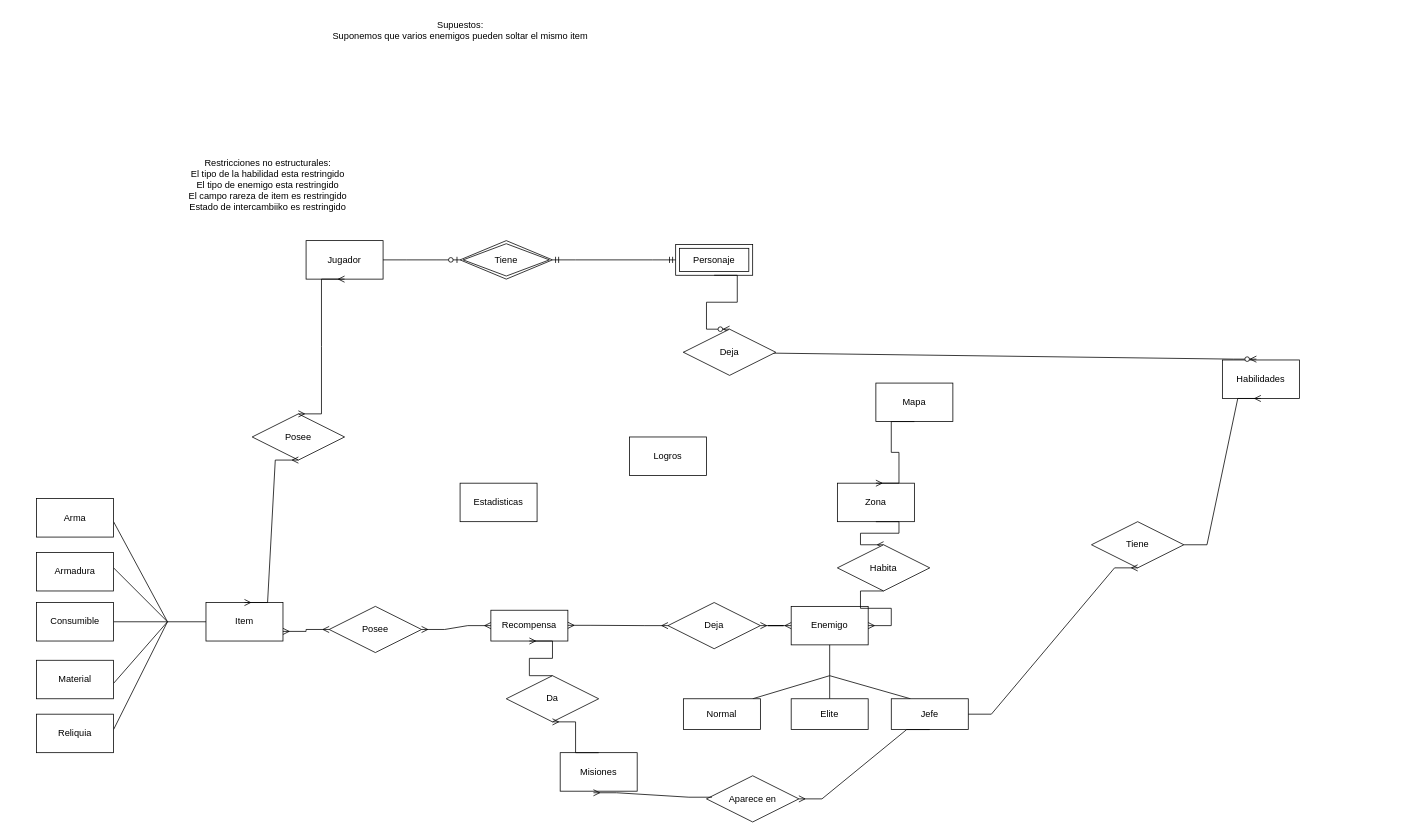
The draw.io diagram Parte1.drawio in MartinAlonsoo/Obligatorio1BD2, before the edit. Source tidied: cells renumbered, new cells numbered last; positions are measured from the earlier drawing's top-left corner, leaving out a move shared by most shapes. Both pictures are drawn from the tidied source at 77%, with x=0, y=0 at pixel (36, 13).
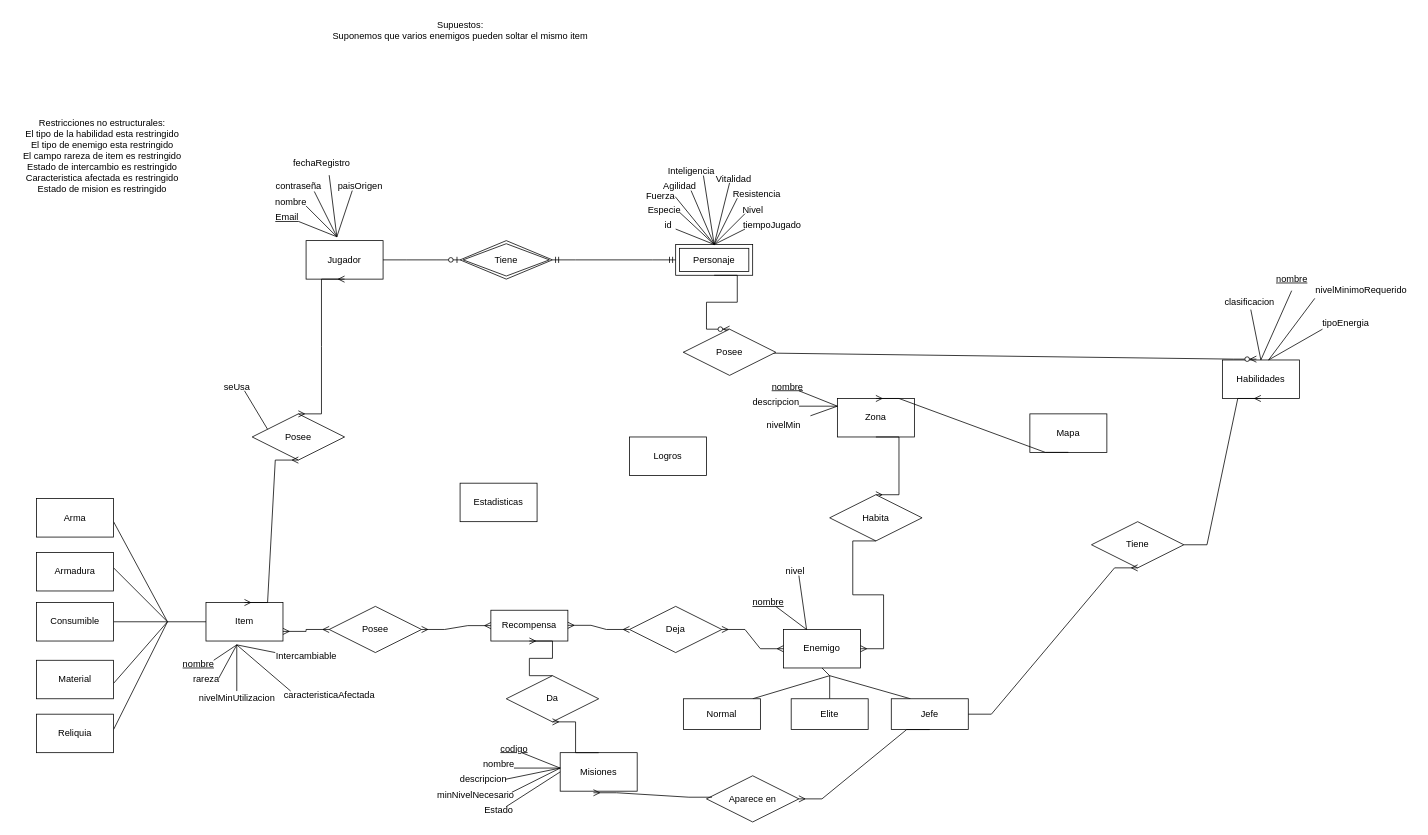
The same diagram, later.

Commit message:
Mer casi terminado

The change refers to these unchanged cells:
```xml
<mxCell id="8" value="Personaje" style="shape=ext;margin=3;double=1;whiteSpace=wrap;html=1;align=center;" parent="1" vertex="1">
  <mxGeometry x="830" y="300" width="100" height="40" as="geometry" />
</mxCell>
<mxCell id="27" value="Misiones" style="rounded=0;whiteSpace=wrap;html=1;" parent="1" vertex="1">
  <mxGeometry x="680" y="960" width="100" height="50" as="geometry" />
</mxCell>
```

Diff of the diagram source:
```diff
@@
     <mxCell id="3" value="Zona" style="rounded=0;whiteSpace=wrap;html=1;" parent="1" vertex="1">
-      <mxGeometry x="1040" y="610" width="100" height="50" as="geometry" />
+      <mxGeometry x="1040" y="500" width="100" height="50" as="geometry" />
     </mxCell>
     <mxCell id="4" value="Mapa" style="rounded=0;whiteSpace=wrap;html=1;" parent="1" vertex="1">
-      <mxGeometry x="1090" y="480" width="100" height="50" as="geometry" />
+      <mxGeometry x="1290" y="520" width="100" height="50" as="geometry" />
     </mxCell>
@@
-    <mxCell id="14" value="Restricciones no estructurales:&lt;br&gt;El tipo de la habilidad esta restringido&lt;br&gt;El tipo de enemigo esta restringido&lt;br&gt;El campo rareza de item es restringido&lt;br&gt;Estado de intercambiiko es restringido" style="text;html=1;align=center;verticalAlign=middle;strokeColor=none;fillColor=none;" parent="1" vertex="1">
-      <mxGeometry x="185" y="178" width="230" height="90" as="geometry" />
+    <mxCell id="14" value="Restricciones no estructurales:&lt;br&gt;El tipo de la habilidad esta restringido&lt;br&gt;El tipo de enemigo esta restringido&lt;br&gt;El campo rareza de item es restringido&lt;br&gt;Estado de intercambio es restringido&lt;div&gt;Caracteristica afectada es restringido&lt;br&gt;&lt;div&gt;Estado de mision es restringido&lt;/div&gt;&lt;/div&gt;" style="text;html=1;align=center;verticalAlign=middle;strokeColor=none;fillColor=none;" parent="1" vertex="1">
+      <mxGeometry x="-30" y="130" width="230" height="110" as="geometry" />
     </mxCell>
     <mxCell id="15" value="Enemigo" style="rounded=0;whiteSpace=wrap;html=1;" parent="1" vertex="1">
-      <mxGeometry x="980" y="770" width="100" height="50" as="geometry" />
+      <mxGeometry x="970" y="800" width="100" height="50" as="geometry" />
     </mxCell>
@@
     <mxCell id="30" value="Deja" style="shape=rhombus;perimeter=rhombusPerimeter;whiteSpace=wrap;html=1;align=center;" parent="1" vertex="1">
-      <mxGeometry x="820" y="765" width="120" height="60" as="geometry" />
+      <mxGeometry x="770" y="770" width="120" height="60" as="geometry" />
     </mxCell>
-    <mxCell id="31" style="edgeStyle=entityRelationEdgeStyle;fontSize=12;html=1;endArrow=ERmany;startArrow=ERmany;rounded=0;exitX=1;exitY=0.5;exitDx=0;exitDy=0;entryX=0;entryY=0.5;entryDx=0;entryDy=0;" parent="1" edge="1" source="30">
+    <mxCell id="31" style="edgeStyle=entityRelationEdgeStyle;fontSize=12;html=1;endArrow=ERmany;startArrow=ERmany;rounded=0;exitX=1;exitY=0.5;exitDx=0;exitDy=0;entryX=0;entryY=0.5;entryDx=0;entryDy=0;" parent="1" edge="1" source="30" target="15">
       <mxGeometry relative="1" as="geometry">
-        <mxPoint x="980" y="795" as="targetPoint" />
         <Array as="points">
           <mxPoint x="1050" y="875" />
           <mxPoint x="1020" y="805" />
         </Array>
       </mxGeometry>
     </mxCell>
@@
     <mxCell id="34" value="Habita" style="shape=rhombus;perimeter=rhombusPerimeter;whiteSpace=wrap;html=1;align=center;" parent="1" vertex="1">
-      <mxGeometry x="1040" y="690" width="120" height="60" as="geometry" />
+      <mxGeometry x="1030" y="625" width="120" height="60" as="geometry" />
     </mxCell>
@@
-    <mxCell id="44" value="Deja" style="shape=rhombus;perimeter=rhombusPerimeter;whiteSpace=wrap;html=1;align=center;" parent="1" vertex="1">
+    <mxCell id="44" value="Posee" style="shape=rhombus;perimeter=rhombusPerimeter;whiteSpace=wrap;html=1;align=center;" parent="1" vertex="1">
       <mxGeometry x="840" y="410" width="120" height="60" as="geometry" />
     </mxCell>
@@
+    <mxCell id="61" style="endArrow=none;html=1;rounded=0;entryX=1;entryY=0;entryDx=0;entryDy=0;entryPerimeter=0;" parent="1" edge="1" target="62">
+      <mxGeometry relative="1" as="geometry">
+        <mxPoint x="340" y="270" as="sourcePoint" />
+        <Array as="points">
+          <mxPoint x="390" y="290" />
+        </Array>
+      </mxGeometry>
+    </mxCell>
+    <mxCell id="62" value="&lt;u&gt;Email&lt;/u&gt;" style="text;html=1;align=center;verticalAlign=middle;points=[];strokeColor=none;fillColor=none;" parent="1" vertex="1">
+      <mxGeometry x="300" y="250" width="50" height="30" as="geometry" />
+    </mxCell>
+    <mxCell id="63" value="nombre" style="text;html=1;align=center;verticalAlign=middle;points=[];strokeColor=none;fillColor=none;" parent="1" vertex="1">
+      <mxGeometry x="300" y="230" width="60" height="30" as="geometry" />
+    </mxCell>
+    <mxCell id="64" value="contraseña" style="text;html=1;align=center;verticalAlign=middle;strokeColor=none;fillColor=none;" parent="1" vertex="1">
+      <mxGeometry x="300" y="210" width="80" height="30" as="geometry" />
+    </mxCell>
+    <mxCell id="65" style="endArrow=none;html=1;rounded=0;entryX=1.011;entryY=0.039;entryDx=0;entryDy=0;entryPerimeter=0;" parent="1" edge="1" target="63">
+      <mxGeometry relative="1" as="geometry">
+        <mxPoint x="380" y="210" as="sourcePoint" />
+        <Array as="points">
+          <mxPoint x="390" y="290" />
+        </Array>
+      </mxGeometry>
+    </mxCell>
+    <mxCell id="66" value="fechaRegistro" style="text;html=1;align=center;verticalAlign=middle;strokeColor=none;fillColor=none;" parent="1" vertex="1">
+      <mxGeometry x="320" y="180" width="100" height="30" as="geometry" />
+    </mxCell>
+    <mxCell id="67" value="paisOrigen" style="text;html=1;align=center;verticalAlign=middle;strokeColor=none;fillColor=none;" parent="1" vertex="1">
+      <mxGeometry x="380" y="210" width="80" height="30" as="geometry" />
+    </mxCell>
+    <mxCell id="68" style="endArrow=none;html=1;rounded=0;" parent="1" edge="1">
+      <mxGeometry relative="1" as="geometry">
+        <mxPoint x="390" y="290" as="sourcePoint" />
+        <mxPoint x="410" y="230" as="targetPoint" />
+        <Array as="points">
+          <mxPoint x="390" y="290" />
+        </Array>
+      </mxGeometry>
+    </mxCell>
+    <mxCell id="69" style="endArrow=none;html=1;rounded=0;entryX=1.011;entryY=-0.05;entryDx=0;entryDy=0;entryPerimeter=0;" parent="1" edge="1" target="70">
+      <mxGeometry relative="1" as="geometry">
+        <mxPoint x="830" y="280" as="sourcePoint" />
+        <Array as="points">
+          <mxPoint x="880" y="300" />
+        </Array>
+      </mxGeometry>
+    </mxCell>
+    <mxCell id="70" value="id" style="text;html=1;align=center;verticalAlign=middle;points=[];strokeColor=none;fillColor=none;" parent="1" vertex="1">
+      <mxGeometry x="805" y="260" width="30" height="30" as="geometry" />
+    </mxCell>
+    <mxCell id="71" value="Especie" style="text;html=1;align=center;verticalAlign=middle;points=[];strokeColor=none;fillColor=none;" parent="1" vertex="1">
+      <mxGeometry x="780" y="240" width="70" height="30" as="geometry" />
+    </mxCell>
+    <mxCell id="72" style="endArrow=none;html=1;rounded=0;exitX=0.705;exitY=-0.072;exitDx=0;exitDy=0;exitPerimeter=0;" parent="1" edge="1" source="71">
+      <mxGeometry relative="1" as="geometry">
+        <mxPoint x="850" y="230" as="targetPoint" />
+        <Array as="points">
+          <mxPoint x="880" y="300" />
+        </Array>
+      </mxGeometry>
+    </mxCell>
+    <mxCell id="73" value="Fuerza&lt;div&gt;&lt;br&gt;&lt;/div&gt;" style="text;html=1;align=center;verticalAlign=middle;strokeColor=none;fillColor=none;" parent="1" vertex="1">
+      <mxGeometry x="780" y="225" width="60" height="40" as="geometry" />
+    </mxCell>
+    <mxCell id="74" value="Agilidad" style="text;html=1;align=center;verticalAlign=middle;points=[];strokeColor=none;fillColor=none;" parent="1" vertex="1">
+      <mxGeometry x="800" y="210" width="70" height="30" as="geometry" />
+    </mxCell>
+    <mxCell id="75" style="endArrow=none;html=1;rounded=0;entryX=0.943;entryY=0.017;entryDx=0;entryDy=0;entryPerimeter=0;" parent="1" edge="1" target="74">
+      <mxGeometry relative="1" as="geometry">
+        <mxPoint x="900" y="220" as="sourcePoint" />
+        <Array as="points">
+          <mxPoint x="880" y="300" />
+        </Array>
+      </mxGeometry>
+    </mxCell>
+    <mxCell id="76" value="Inteligencia" style="text;html=1;align=center;verticalAlign=middle;strokeColor=none;fillColor=none;" parent="1" vertex="1">
+      <mxGeometry x="810" y="190" width="80" height="30" as="geometry" />
+    </mxCell>
+    <mxCell id="77" value="Vitalidad" style="text;html=1;align=center;verticalAlign=middle;strokeColor=none;fillColor=none;" parent="1" vertex="1">
+      <mxGeometry x="870" y="200" width="70" height="30" as="geometry" />
+    </mxCell>
+    <mxCell id="78" value="Resistencia" style="text;html=1;align=center;verticalAlign=middle;strokeColor=none;fillColor=none;" parent="1" vertex="1">
+      <mxGeometry x="890" y="220" width="90" height="30" as="geometry" />
+    </mxCell>
+    <mxCell id="79" style="endArrow=none;html=1;rounded=0;" parent="1" edge="1">
+      <mxGeometry relative="1" as="geometry">
+        <mxPoint x="920" y="260" as="sourcePoint" />
+        <mxPoint x="910" y="240" as="targetPoint" />
+        <Array as="points">
+          <mxPoint x="880" y="300" />
+        </Array>
+      </mxGeometry>
+    </mxCell>
+    <mxCell id="80" value="Nivel" style="text;html=1;align=center;verticalAlign=middle;strokeColor=none;fillColor=none;" parent="1" vertex="1">
+      <mxGeometry x="905" y="240" width="50" height="30" as="geometry" />
+    </mxCell>
+    <mxCell id="81" style="endArrow=none;html=1;rounded=0;exitX=0.5;exitY=0;exitDx=0;exitDy=0;" parent="1" edge="1" source="8">
+      <mxGeometry relative="1" as="geometry">
+        <mxPoint x="920" y="280" as="targetPoint" />
+      </mxGeometry>
+    </mxCell>
+    <mxCell id="82" value="tiempoJugado" style="text;html=1;align=center;verticalAlign=middle;strokeColor=none;fillColor=none;" parent="1" vertex="1">
+      <mxGeometry x="905" y="260" width="100" height="30" as="geometry" />
+    </mxCell>
+    <mxCell id="83" value="clasificacion" style="text;html=1;align=center;verticalAlign=middle;strokeColor=none;fillColor=none;" parent="1" vertex="1">
+      <mxGeometry x="1530" y="360" width="90" height="30" as="geometry" />
+    </mxCell>
+    <mxCell id="84" style="endArrow=none;html=1;rounded=0;exitX=0.923;exitY=0.154;exitDx=0;exitDy=0;exitPerimeter=0;" parent="1" edge="1">
+      <mxGeometry relative="1" as="geometry">
+        <mxPoint x="1576.9" y="384.6" as="sourcePoint" />
+        <mxPoint x="1630" y="360" as="targetPoint" />
+        <Array as="points">
+          <mxPoint x="1590" y="450" />
+        </Array>
+      </mxGeometry>
+    </mxCell>
+    <mxCell id="85" value="&lt;u&gt;nombre&lt;/u&gt;" style="text;html=1;align=center;verticalAlign=middle;strokeColor=none;fillColor=none;" parent="1" vertex="1">
+      <mxGeometry x="1600" y="330" width="60" height="30" as="geometry" />
+    </mxCell>
+    <mxCell id="86" style="endArrow=none;html=1;rounded=0;" parent="1" edge="1">
+      <mxGeometry relative="1" as="geometry">
+        <mxPoint x="1670" y="410" as="sourcePoint" />
+        <mxPoint x="1660" y="370" as="targetPoint" />
+        <Array as="points">
+          <mxPoint x="1600" y="450" />
+        </Array>
+      </mxGeometry>
+    </mxCell>
+    <mxCell id="87" value="nivelMinimoRequerido" style="text;html=1;align=center;verticalAlign=middle;strokeColor=none;fillColor=none;" parent="1" vertex="1">
+      <mxGeometry x="1650" y="345" width="140" height="30" as="geometry" />
+    </mxCell>
+    <mxCell id="88" value="tipoEnergia" style="text;html=1;align=center;verticalAlign=middle;strokeColor=none;fillColor=none;" parent="1" vertex="1">
+      <mxGeometry x="1660" y="388" width="80" height="30" as="geometry" />
+    </mxCell>
+    <mxCell id="89" style="endArrow=none;html=1;rounded=0;" parent="1" edge="1">
+      <mxGeometry relative="1" as="geometry">
+        <mxPoint x="960" y="770" as="sourcePoint" />
+        <mxPoint x="990" y="730" as="targetPoint" />
+        <Array as="points">
+          <mxPoint x="1000" y="800" />
+        </Array>
+      </mxGeometry>
+    </mxCell>
+    <mxCell id="90" value="&lt;u&gt;nombre&lt;/u&gt;" style="text;html=1;align=center;verticalAlign=middle;strokeColor=none;fillColor=none;" parent="1" vertex="1">
+      <mxGeometry x="920" y="750" width="60" height="30" as="geometry" />
+    </mxCell>
+    <mxCell id="91" value="nivel" style="text;html=1;align=center;verticalAlign=middle;strokeColor=none;fillColor=none;" parent="1" vertex="1">
+      <mxGeometry x="960" y="710" width="50" height="30" as="geometry" />
+    </mxCell>
+    <mxCell id="92" value="&lt;u&gt;codigo&lt;/u&gt;" style="text;html=1;align=center;verticalAlign=middle;strokeColor=none;fillColor=none;" parent="1" vertex="1">
+      <mxGeometry x="590" y="940" width="60" height="30" as="geometry" />
+    </mxCell>
+    <mxCell id="93" style="endArrow=none;html=1;rounded=0;" parent="1" edge="1">
+      <mxGeometry relative="1" as="geometry">
+        <mxPoint x="620" y="980" as="sourcePoint" />
+        <mxPoint x="630" y="960" as="targetPoint" />
+        <Array as="points">
+          <mxPoint x="680" y="980" />
+        </Array>
+      </mxGeometry>
+    </mxCell>
+    <mxCell id="94" value="nombre" style="text;html=1;align=center;verticalAlign=middle;points=[];strokeColor=none;fillColor=none;" parent="1" vertex="1">
+      <mxGeometry x="570" y="960" width="60" height="30" as="geometry" />
+    </mxCell>
+    <mxCell id="95" value="descripcion" style="text;html=1;align=center;verticalAlign=middle;points=[];strokeColor=none;fillColor=none;" parent="1" vertex="1">
+      <mxGeometry x="540" y="980" width="80" height="30" as="geometry" />
+    </mxCell>
+    <mxCell id="96" value="minNivelNecesario" style="text;html=1;align=center;verticalAlign=middle;strokeColor=none;fillColor=none;" parent="1" vertex="1">
+      <mxGeometry x="510" y="1000" width="120" height="30" as="geometry" />
+    </mxCell>
+    <mxCell id="97" style="endArrow=none;html=1;rounded=0;exitX=0.646;exitY=1.154;exitDx=0;exitDy=0;exitPerimeter=0;entryX=0.965;entryY=1.049;entryDx=0;entryDy=0;entryPerimeter=0;" parent="1" edge="1" source="94" target="95">
+      <mxGeometry relative="1" as="geometry">
+        <Array as="points">
+          <mxPoint x="680" y="980" />
+        </Array>
+      </mxGeometry>
+    </mxCell>
+    <mxCell id="98" value="Estado" style="text;html=1;align=center;verticalAlign=middle;strokeColor=none;fillColor=none;" parent="1" vertex="1">
+      <mxGeometry x="570" y="1020" width="60" height="30" as="geometry" />
+    </mxCell>
+    <mxCell id="99" style="endArrow=none;html=1;rounded=0;entryX=0;entryY=0.5;entryDx=0;entryDy=0;" parent="1" edge="1" target="27">
+      <mxGeometry relative="1" as="geometry">
+        <mxPoint x="610" y="1030" as="sourcePoint" />
+      </mxGeometry>
+    </mxCell>
+    <mxCell id="100" value="&lt;u&gt;nombre&lt;/u&gt;" style="text;html=1;align=center;verticalAlign=middle;points=[];strokeColor=none;fillColor=none;" parent="1" vertex="1">
+      <mxGeometry x="180" y="830" width="60" height="30" as="geometry" />
+    </mxCell>
+    <mxCell id="101" style="endArrow=none;html=1;rounded=0;entryX=0.943;entryY=1.109;entryDx=0;entryDy=0;entryPerimeter=0;" parent="1" edge="1" target="100">
+      <mxGeometry relative="1" as="geometry">
+        <mxPoint x="230" y="840" as="sourcePoint" />
+        <Array as="points">
+          <mxPoint x="260" y="820" />
+        </Array>
+      </mxGeometry>
+    </mxCell>
+    <mxCell id="102" value="rareza" style="text;html=1;align=center;verticalAlign=middle;points=[];strokeColor=none;fillColor=none;" parent="1" vertex="1">
+      <mxGeometry x="190" y="850" width="60" height="30" as="geometry" />
+    </mxCell>
+    <mxCell id="103" value="nivelMinUtilizacion" style="text;html=1;align=center;verticalAlign=middle;strokeColor=none;fillColor=none;" parent="1" vertex="1">
+      <mxGeometry x="200" y="875" width="120" height="30" as="geometry" />
+    </mxCell>
+    <mxCell id="104" style="endArrow=none;html=1;rounded=0;exitX=1.167;exitY=1;exitDx=0;exitDy=0;exitPerimeter=0;" parent="1" edge="1" source="102">
+      <mxGeometry relative="1" as="geometry">
+        <mxPoint x="330" y="880" as="targetPoint" />
+        <Array as="points">
+          <mxPoint x="260" y="820" />
+        </Array>
+      </mxGeometry>
+    </mxCell>
+    <mxCell id="105" value="caracteristicaAfectada" style="text;html=1;align=center;verticalAlign=middle;strokeColor=none;fillColor=none;" parent="1" vertex="1">
+      <mxGeometry x="310" y="870" width="140" height="30" as="geometry" />
+    </mxCell>
+    <mxCell id="106" value="Intercambiable" style="text;html=1;align=center;verticalAlign=middle;strokeColor=none;fillColor=none;" parent="1" vertex="1">
+      <mxGeometry x="300" y="820" width="100" height="30" as="geometry" />
+    </mxCell>
+    <mxCell id="107" style="endArrow=none;html=1;rounded=0;" parent="1" edge="1">
+      <mxGeometry relative="1" as="geometry">
+        <mxPoint x="310" y="830" as="sourcePoint" />
+        <mxPoint x="260" y="820" as="targetPoint" />
+      </mxGeometry>
+    </mxCell>
+    <mxCell id="108" value="&lt;u&gt;nombre&lt;/u&gt;" style="text;html=1;align=center;verticalAlign=middle;strokeColor=none;fillColor=none;" parent="1" vertex="1">
+      <mxGeometry x="945" y="470" width="60" height="30" as="geometry" />
+    </mxCell>
+    <mxCell id="109" style="endArrow=none;html=1;rounded=0;" parent="1" edge="1">
+      <mxGeometry relative="1" as="geometry">
+        <mxPoint x="990" y="490" as="sourcePoint" />
+        <mxPoint x="990" y="510" as="targetPoint" />
+        <Array as="points">
+          <mxPoint x="1040" y="510" />
+        </Array>
+      </mxGeometry>
+    </mxCell>
+    <mxCell id="110" value="descripcion" style="text;html=1;align=center;verticalAlign=middle;strokeColor=none;fillColor=none;" parent="1" vertex="1">
+      <mxGeometry x="920" y="490" width="80" height="30" as="geometry" />
+    </mxCell>
+    <mxCell id="111" value="nivelMin" style="text;html=1;align=center;verticalAlign=middle;points=[];strokeColor=none;fillColor=none;" parent="1" vertex="1">
+      <mxGeometry x="935" y="520" width="70" height="30" as="geometry" />
+    </mxCell>
+    <mxCell id="112" style="endArrow=none;html=1;rounded=0;" parent="1" edge="1">
+      <mxGeometry relative="1" as="geometry">
+        <mxPoint x="300" y="540" as="sourcePoint" />
+        <mxPoint x="270" y="490" as="targetPoint" />
+      </mxGeometry>
+    </mxCell>
+    <mxCell id="113" value="seUsa" style="text;html=1;align=center;verticalAlign=middle;strokeColor=none;fillColor=none;" parent="1" vertex="1">
+      <mxGeometry x="230" y="470" width="60" height="30" as="geometry" />
+    </mxCell>
+    <mxCell id="114" style="endArrow=none;html=1;rounded=0;" parent="1" edge="1" source="111">
+      <mxGeometry relative="1" as="geometry">
+        <mxPoint x="1040" y="510" as="targetPoint" />
+      </mxGeometry>
+    </mxCell>
```
